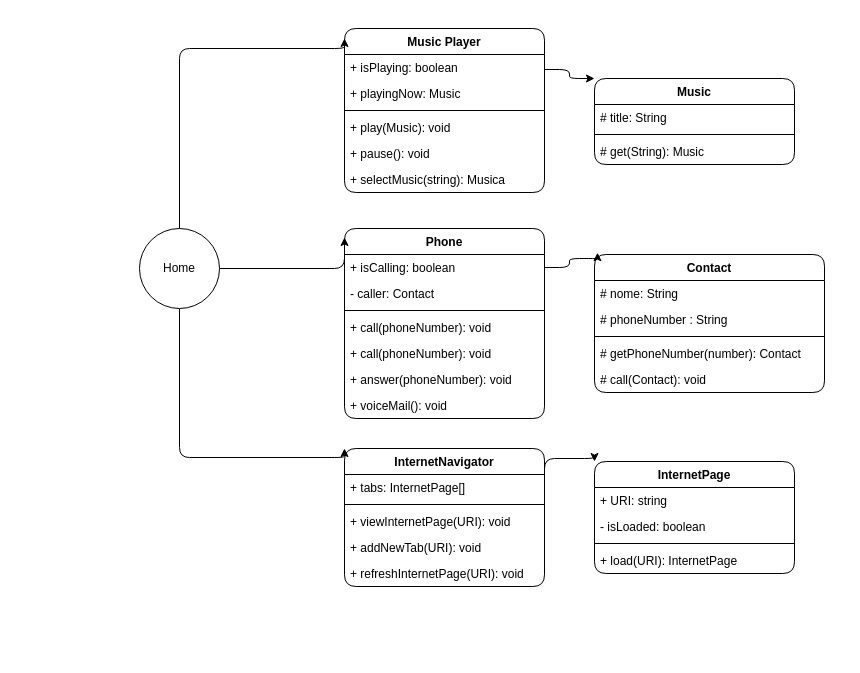
The draw.io diagram desafios/poo/DiagramacaoClassesIphone.drawio in digitalinnovationone/trilha-java-basico, before the edit. Source tidied: cells renumbered, new cells numbered last; positions are measured from the earlier drawing's top-left corner, leaving out a move shared by most shapes. Both pictures are drawn from the tidied source at 100%, with x=0, y=0 at pixel (139, 28).
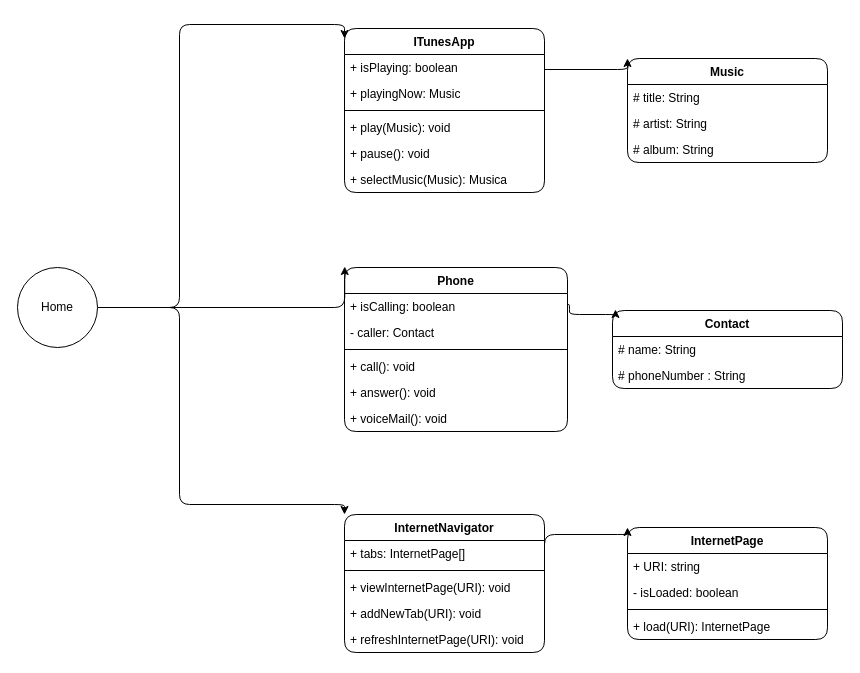
Above is the later version.

The change refers to these unchanged cells:
```xml
<mxCell id="30" value="+ tabs: InternetPage[]" style="text;strokeColor=none;fillColor=none;align=left;verticalAlign=top;spacingLeft=4;spacingRight=4;overflow=hidden;points=[[0,0.5],[1,0.5]];portConstraint=eastwest;whiteSpace=wrap;html=1;labelBackgroundColor=none;rounded=1;" parent="29" vertex="1">
  <mxGeometry y="26" width="200" height="26" as="geometry" />
</mxCell>
```

Diff of the diagram source:
```diff
@@
-    <mxCell id="2" value="Music Player" style="swimlane;fontStyle=1;align=center;verticalAlign=top;horizontal=1;startSize=26;whiteSpace=wrap;html=1;labelBackgroundColor=none;rounded=1;" parent="1" vertex="1">
+    <mxCell id="2" value="ITunesApp" style="swimlane;fontStyle=1;align=center;verticalAlign=top;horizontal=1;startSize=26;whiteSpace=wrap;html=1;labelBackgroundColor=none;rounded=1;" parent="1" vertex="1">
       <mxGeometry x="205" width="200" height="164" as="geometry" />
     </mxCell>
@@
-    <mxCell id="8" value="+ selectMusic(string): Musica" style="text;strokeColor=none;fillColor=none;align=left;verticalAlign=top;spacingLeft=4;spacingRight=4;overflow=hidden;whiteSpace=wrap;html=1;labelBackgroundColor=none;rounded=1;" parent="2" vertex="1">
+    <mxCell id="8" value="+ selectMusic(Music): Musica" style="text;strokeColor=none;fillColor=none;align=left;verticalAlign=top;spacingLeft=4;spacingRight=4;overflow=hidden;whiteSpace=wrap;html=1;labelBackgroundColor=none;rounded=1;" parent="2" vertex="1">
       <mxGeometry y="138" width="200" height="26" as="geometry" />
     </mxCell>
     <mxCell id="9" value="Music" style="swimlane;fontStyle=1;align=center;verticalAlign=top;horizontal=1;startSize=26;whiteSpace=wrap;html=1;labelBackgroundColor=none;rounded=1;" parent="1" vertex="1">
-      <mxGeometry x="455" y="50" width="200" height="86" as="geometry" />
+      <mxGeometry x="488" y="30" width="200" height="104" as="geometry" />
     </mxCell>
@@
-    <mxCell id="11" style="line;strokeWidth=1;fillColor=none;align=left;verticalAlign=middle;spacingTop=-1;spacingLeft=3;spacingRight=3;labelPosition=right;labelBackgroundColor=none;rounded=1;" parent="9" vertex="1">
-      <mxGeometry y="52" width="200" height="8" as="geometry" />
-    </mxCell>
-    <mxCell id="12" value="# get(String): Music" style="text;strokeColor=none;fillColor=none;align=left;verticalAlign=top;spacingLeft=4;spacingRight=4;overflow=hidden;whiteSpace=wrap;html=1;labelBackgroundColor=none;rounded=1;" parent="9" vertex="1">
-      <mxGeometry y="60" width="200" height="26" as="geometry" />
-    </mxCell>
+    <mxCell id="45" value="# artist: String" style="text;strokeColor=none;fillColor=none;align=left;verticalAlign=top;spacingLeft=4;spacingRight=4;overflow=hidden;whiteSpace=wrap;html=1;labelBackgroundColor=none;rounded=1;" parent="9" vertex="1">
+      <mxGeometry y="52" width="200" height="26" as="geometry" />
+    </mxCell>
+    <mxCell id="46" value="# album: String" style="text;strokeColor=none;fillColor=none;align=left;verticalAlign=top;spacingLeft=4;spacingRight=4;overflow=hidden;whiteSpace=wrap;html=1;labelBackgroundColor=none;rounded=1;" parent="9" vertex="1">
+      <mxGeometry y="78" width="200" height="26" as="geometry" />
+    </mxCell>
     <mxCell id="13" style="edgeStyle=orthogonalEdgeStyle;rounded=1;jettySize=auto;html=1;entryX=0;entryY=0;entryDx=0;entryDy=0;labelBackgroundColor=none;fontColor=default;exitX=1;exitY=0.25;exitDx=0;exitDy=0;" parent="1" edge="1" source="2" target="9">
       <mxGeometry relative="1" as="geometry">
         <Array as="points">
-          <mxPoint x="430" y="41" />
-          <mxPoint x="430" y="50" />
+          <mxPoint x="488" y="41" />
         </Array>
       </mxGeometry>
     </mxCell>
     <mxCell id="14" value="Phone" style="swimlane;fontStyle=1;align=center;verticalAlign=top;horizontal=1;startSize=26;whiteSpace=wrap;html=1;labelBackgroundColor=none;rounded=1;" parent="1" vertex="1">
-      <mxGeometry x="205" y="200" width="200" height="190" as="geometry" />
+      <mxGeometry x="205" y="239" width="223" height="164" as="geometry" />
     </mxCell>
     <mxCell id="15" value="+ isCalling: boolean" style="text;strokeColor=none;fillColor=none;align=left;verticalAlign=top;spacingLeft=4;spacingRight=4;overflow=hidden;points=[[0,0.5],[1,0.5]];portConstraint=eastwest;whiteSpace=wrap;html=1;labelBackgroundColor=none;rounded=1;" parent="14" vertex="1">
-      <mxGeometry y="26" width="200" height="26" as="geometry" />
+      <mxGeometry y="26" width="223" height="26" as="geometry" />
     </mxCell>
     <mxCell id="16" value="- caller: Contact" style="text;strokeColor=none;fillColor=none;align=left;verticalAlign=top;spacingLeft=4;spacingRight=4;overflow=hidden;whiteSpace=wrap;html=1;labelBackgroundColor=none;rounded=1;" parent="14" vertex="1">
-      <mxGeometry y="52" width="200" height="26" as="geometry" />
+      <mxGeometry y="52" width="223" height="26" as="geometry" />
     </mxCell>
     <mxCell id="17" style="line;strokeWidth=1;fillColor=none;align=left;verticalAlign=middle;spacingTop=-1;spacingLeft=3;spacingRight=3;labelPosition=right;labelBackgroundColor=none;rounded=1;" parent="14" vertex="1">
-      <mxGeometry y="78" width="200" height="8" as="geometry" />
+      <mxGeometry y="78" width="223" height="8" as="geometry" />
     </mxCell>
-    <mxCell id="18" value="+ call(phoneNumber): void" style="text;strokeColor=none;fillColor=none;align=left;verticalAlign=top;spacingLeft=4;spacingRight=4;overflow=hidden;whiteSpace=wrap;html=1;labelBackgroundColor=none;rounded=1;" parent="14" vertex="1">
-      <mxGeometry y="86" width="200" height="26" as="geometry" />
-    </mxCell>
-    <mxCell id="19" value="+ call(phoneNumber): void" style="text;strokeColor=none;fillColor=none;align=left;verticalAlign=top;spacingLeft=4;spacingRight=4;overflow=hidden;whiteSpace=wrap;html=1;labelBackgroundColor=none;rounded=1;" parent="14" vertex="1">
-      <mxGeometry y="112" width="200" height="26" as="geometry" />
-    </mxCell>
+    <mxCell id="47" value="+ call(): void" style="text;strokeColor=none;fillColor=none;align=left;verticalAlign=top;spacingLeft=4;spacingRight=4;overflow=hidden;whiteSpace=wrap;html=1;labelBackgroundColor=none;rounded=1;" parent="14" vertex="1">
+      <mxGeometry y="86" width="223" height="26" as="geometry" />
+    </mxCell>
-    <mxCell id="20" value="+ answer(phoneNumber): void" style="text;strokeColor=none;fillColor=none;align=left;verticalAlign=top;spacingLeft=4;spacingRight=4;overflow=hidden;whiteSpace=wrap;html=1;labelBackgroundColor=none;rounded=1;" parent="14" vertex="1">
-      <mxGeometry y="138" width="200" height="26" as="geometry" />
+    <mxCell id="20" value="+ answer(): void" style="text;strokeColor=none;fillColor=none;align=left;verticalAlign=top;spacingLeft=4;spacingRight=4;overflow=hidden;whiteSpace=wrap;html=1;labelBackgroundColor=none;rounded=1;" parent="14" vertex="1">
+      <mxGeometry y="112" width="223" height="26" as="geometry" />
     </mxCell>
     <mxCell id="21" value="+ voiceMail(): void" style="text;strokeColor=none;fillColor=none;align=left;verticalAlign=top;spacingLeft=4;spacingRight=4;overflow=hidden;whiteSpace=wrap;html=1;labelBackgroundColor=none;rounded=1;" parent="14" vertex="1">
-      <mxGeometry y="164" width="200" height="26" as="geometry" />
+      <mxGeometry y="138" width="223" height="26" as="geometry" />
     </mxCell>
     <mxCell id="22" value="Contact" style="swimlane;fontStyle=1;align=center;verticalAlign=top;horizontal=1;startSize=26;whiteSpace=wrap;html=1;labelBackgroundColor=none;rounded=1;" parent="1" vertex="1">
-      <mxGeometry x="455" y="226" width="230" height="138" as="geometry" />
+      <mxGeometry x="473" y="282" width="230" height="78" as="geometry" />
     </mxCell>
-    <mxCell id="23" value="# nome: String" style="text;strokeColor=none;fillColor=none;align=left;verticalAlign=top;spacingLeft=4;spacingRight=4;overflow=hidden;whiteSpace=wrap;html=1;labelBackgroundColor=none;rounded=1;" parent="22" vertex="1">
+    <mxCell id="23" value="# name: String" style="text;strokeColor=none;fillColor=none;align=left;verticalAlign=top;spacingLeft=4;spacingRight=4;overflow=hidden;whiteSpace=wrap;html=1;labelBackgroundColor=none;rounded=1;" parent="22" vertex="1">
       <mxGeometry y="26" width="230" height="26" as="geometry" />
     </mxCell>
@@
-    <mxCell id="25" style="line;strokeWidth=1;fillColor=none;align=left;verticalAlign=middle;spacingTop=-1;spacingLeft=3;spacingRight=3;labelPosition=right;labelBackgroundColor=none;rounded=1;" parent="22" vertex="1">
-      <mxGeometry y="78" width="230" height="8" as="geometry" />
-    </mxCell>
-    <mxCell id="26" value="# getPhoneNumber(number): Contact" style="text;strokeColor=none;fillColor=none;align=left;verticalAlign=top;spacingLeft=4;spacingRight=4;overflow=hidden;whiteSpace=wrap;html=1;labelBackgroundColor=none;rounded=1;" parent="22" vertex="1">
-      <mxGeometry y="86" width="230" height="26" as="geometry" />
-    </mxCell>
-    <mxCell id="27" value="# call(Contact): void" style="text;strokeColor=none;fillColor=none;align=left;verticalAlign=top;spacingLeft=4;spacingRight=4;overflow=hidden;whiteSpace=wrap;html=1;labelBackgroundColor=none;rounded=1;" parent="22" vertex="1">
-      <mxGeometry y="112" width="230" height="26" as="geometry" />
-    </mxCell>
     <mxCell id="28" style="edgeStyle=orthogonalEdgeStyle;rounded=1;jettySize=auto;html=1;entryX=0.013;entryY=-0.013;entryDx=0;entryDy=0;entryPerimeter=0;labelBackgroundColor=none;fontColor=default;exitX=1;exitY=0.5;exitDx=0;exitDy=0;" parent="1" edge="1" source="15" target="22">
       <mxGeometry relative="1" as="geometry">
         <Array as="points">
-          <mxPoint x="430" y="239" />
-          <mxPoint x="430" y="230" />
-          <mxPoint x="458" y="230" />
+          <mxPoint x="428" y="276" />
+          <mxPoint x="430" y="276" />
+          <mxPoint x="430" y="286" />
+          <mxPoint x="476" y="286" />
         </Array>
       </mxGeometry>
     </mxCell>
     <mxCell id="29" value="InternetNavigator" style="swimlane;fontStyle=1;align=center;verticalAlign=top;horizontal=1;startSize=26;whiteSpace=wrap;html=1;labelBackgroundColor=none;rounded=1;" parent="1" vertex="1">
-      <mxGeometry x="205" y="420" width="200" height="138" as="geometry" />
+      <mxGeometry x="205" y="486" width="200" height="138" as="geometry" />
     </mxCell>
@@
     <mxCell id="35" value="InternetPage" style="swimlane;fontStyle=1;align=center;verticalAlign=top;horizontal=1;startSize=26;whiteSpace=wrap;html=1;labelBackgroundColor=none;rounded=1;" parent="1" vertex="1">
-      <mxGeometry x="455" y="433" width="200" height="112" as="geometry" />
+      <mxGeometry x="488" y="499" width="200" height="112" as="geometry" />
     </mxCell>
@@
     <mxCell id="40" style="edgeStyle=orthogonalEdgeStyle;rounded=1;jettySize=auto;html=1;entryX=0;entryY=0;entryDx=0;entryDy=0;labelBackgroundColor=none;fontColor=default;exitX=1;exitY=0.5;exitDx=0;exitDy=0;" parent="1" edge="1" source="30" target="35">
       <mxGeometry relative="1" as="geometry">
         <Array as="points">
-          <mxPoint x="405" y="430" />
-          <mxPoint x="455" y="430" />
+          <mxPoint x="405" y="506" />
+          <mxPoint x="488" y="506" />
         </Array>
       </mxGeometry>
     </mxCell>
-    <mxCell id="41" style="edgeStyle=orthogonalEdgeStyle;rounded=1;jettySize=auto;html=1;entryX=0;entryY=0;entryDx=0;entryDy=0;" parent="1" edge="1" source="44">
+    <mxCell id="41" style="edgeStyle=orthogonalEdgeStyle;rounded=1;jettySize=auto;html=1;entryX=0;entryY=0;entryDx=0;entryDy=0;labelBackgroundColor=none;fontColor=default;" parent="1" edge="1" source="44">
       <mxGeometry relative="1" as="geometry">
         <mxPoint x="205" y="10" as="targetPoint" />
         <Array as="points">
-          <mxPoint x="40" y="20" />
-          <mxPoint x="205" y="20" />
+          <mxPoint x="40" y="-4" />
+          <mxPoint x="205" y="-4" />
         </Array>
       </mxGeometry>
     </mxCell>
-    <mxCell id="42" style="edgeStyle=orthogonalEdgeStyle;rounded=1;jettySize=auto;html=1;entryX=0;entryY=0;entryDx=0;entryDy=0;exitX=0.5;exitY=1;exitDx=0;exitDy=0;" parent="1" edge="1" source="44" target="29">
+    <mxCell id="42" style="edgeStyle=orthogonalEdgeStyle;rounded=1;jettySize=auto;html=1;entryX=0;entryY=0;entryDx=0;entryDy=0;exitX=1;exitY=0.5;exitDx=0;exitDy=0;labelBackgroundColor=none;fontColor=default;" parent="1" edge="1" source="44" target="29">
       <mxGeometry relative="1" as="geometry">
         <Array as="points">
-          <mxPoint x="40" y="429" />
-          <mxPoint x="205" y="429" />
+          <mxPoint x="40" y="279" />
+          <mxPoint x="40" y="476" />
+          <mxPoint x="205" y="476" />
         </Array>
       </mxGeometry>
     </mxCell>
-    <mxCell id="43" style="edgeStyle=orthogonalEdgeStyle;rounded=1;jettySize=auto;html=1;entryX=0;entryY=0;entryDx=0;entryDy=0;exitX=1;exitY=0.5;exitDx=0;exitDy=0;" parent="1" edge="1" source="44">
+    <mxCell id="43" style="edgeStyle=orthogonalEdgeStyle;rounded=1;jettySize=auto;html=1;exitX=1;exitY=0.5;exitDx=0;exitDy=0;labelBackgroundColor=none;fontColor=default;entryX=0.001;entryY=-0.006;entryDx=0;entryDy=0;entryPerimeter=0;" parent="1" edge="1" source="44" target="14">
       <mxGeometry relative="1" as="geometry">
-        <mxPoint x="205" y="209" as="targetPoint" />
         <Array as="points">
-          <mxPoint x="205" y="240" />
+          <mxPoint x="205" y="279" />
         </Array>
       </mxGeometry>
     </mxCell>
-    <mxCell id="44" value="Home" style="ellipse;whiteSpace=wrap;html=1;rounded=1;" parent="1" vertex="1">
-      <mxGeometry y="200" width="80" height="80" as="geometry" />
+    <mxCell id="44" value="Home" style="ellipse;whiteSpace=wrap;html=1;rounded=1;labelBackgroundColor=none;" parent="1" vertex="1">
+      <mxGeometry x="-122" y="239" width="80" height="80" as="geometry" />
     </mxCell>
```
